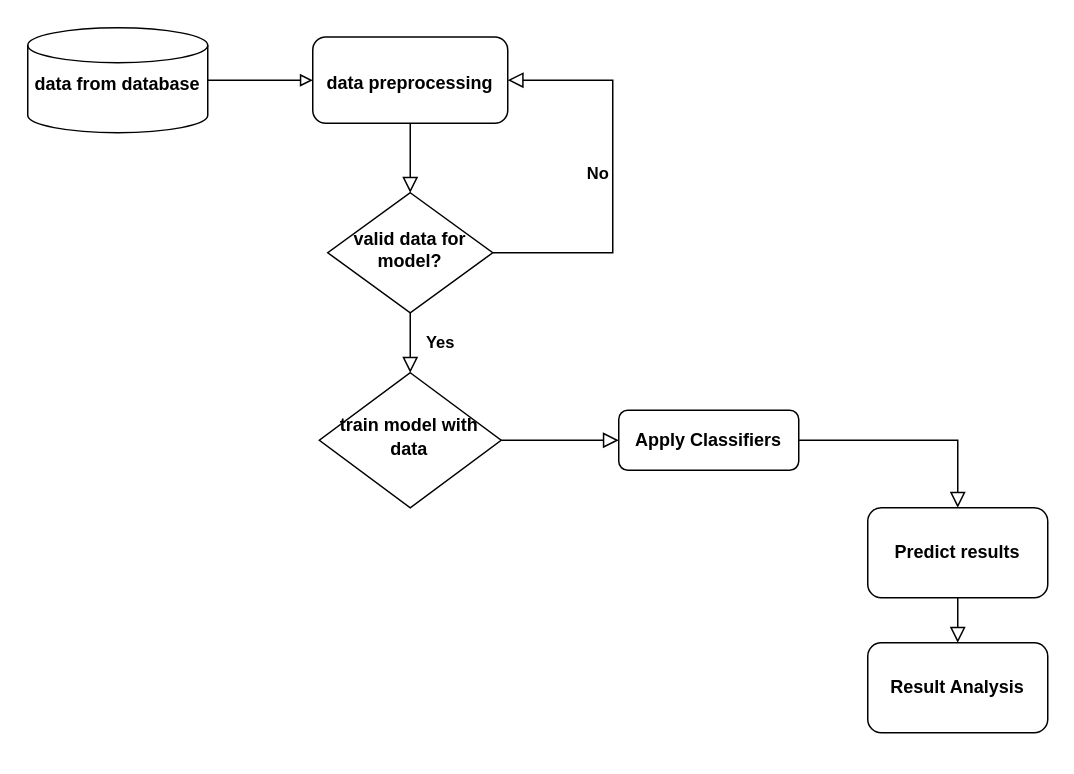
Before: page "Page-1" (1 of 2) of flow_chart.drawio in ChanumoluGayathri/System_Design, a draw.io diagram. Source tidied: cells renumbered, new cells numbered last; positions are measured from the earlier drawing's top-left corner, leaving out a move shared by most shapes. Both pictures are drawn from the tidied source at 150%, with x=0, y=0 at pixel (27, 27).
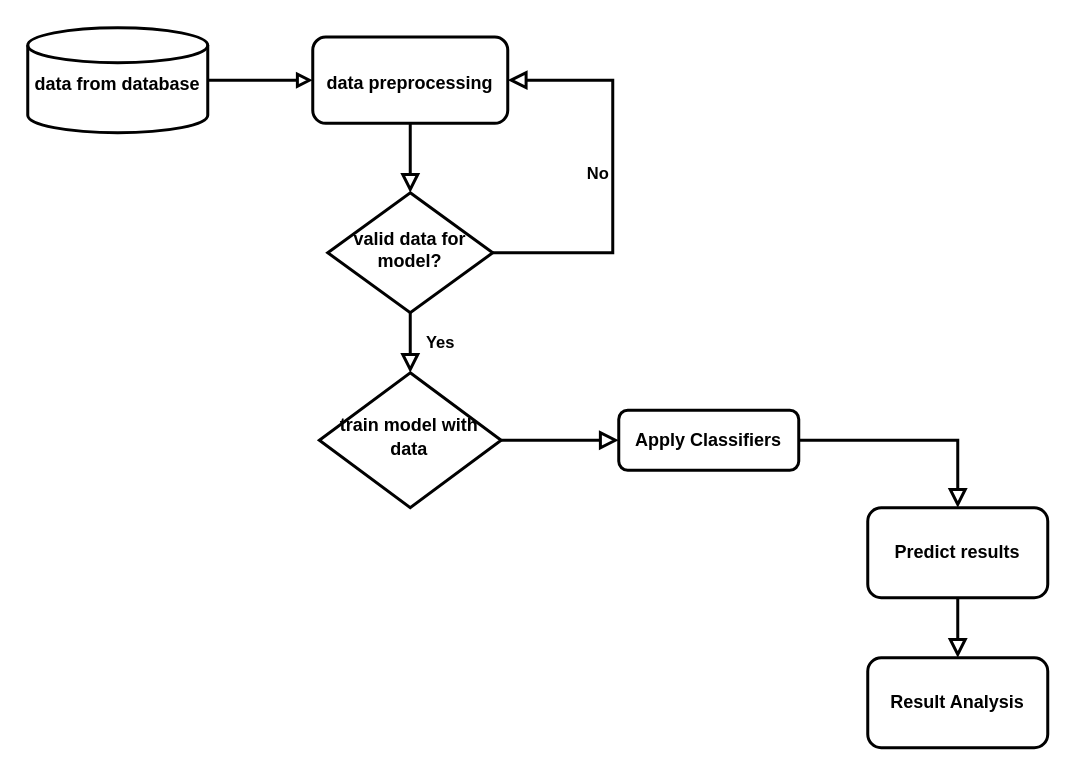
The same diagram, later.

Diff of the diagram source:
```diff
@@
 <mxGraphModel>
   <root>
     <mxCell id="0" />
     <mxCell id="1" parent="0" />
-    <mxCell id="2" style="edgeStyle=orthogonalEdgeStyle;rounded=0;hachureGap=4;jettySize=auto;html=1;fontFamily=Architects Daughter;fontSize=16;strokeColor=#000000;endArrow=block;endFill=0;exitX=1;exitY=0.5;exitDx=0;exitDy=0;exitPerimeter=0;" parent="1" edge="1" source="12" target="11">
+    <mxCell id="2" style="edgeStyle=orthogonalEdgeStyle;rounded=0;hachureGap=4;jettySize=auto;html=1;fontFamily=Architects Daughter;fontSize=16;strokeColor=#000000;endArrow=block;endFill=0;exitX=1;exitY=0.5;exitDx=0;exitDy=0;exitPerimeter=0;strokeWidth=2;" parent="1" edge="1" source="12" target="11">
       <mxGeometry relative="1" as="geometry" />
     </mxCell>
-    <mxCell id="3" value="&lt;b&gt;Yes&lt;/b&gt;" style="rounded=0;html=1;jettySize=auto;fontSize=11;endArrow=block;endFill=0;endSize=8;strokeWidth=1;shadow=0;labelBackgroundColor=none;edgeStyle=orthogonalEdgeStyle;" parent="1" edge="1" source="5" target="7">
+    <mxCell id="3" value="&lt;b&gt;Yes&lt;/b&gt;" style="rounded=0;html=1;jettySize=auto;fontSize=11;endArrow=block;endFill=0;endSize=8;strokeWidth=2;shadow=0;labelBackgroundColor=none;edgeStyle=orthogonalEdgeStyle;" parent="1" edge="1" source="5" target="7">
       <mxGeometry y="20" relative="1" as="geometry" />
     </mxCell>
-    <mxCell id="4" value="&lt;b&gt;No&lt;/b&gt;" style="edgeStyle=orthogonalEdgeStyle;rounded=0;html=1;jettySize=auto;fontSize=11;endArrow=block;endFill=0;endSize=8;strokeWidth=1;shadow=0;labelBackgroundColor=none;entryX=1;entryY=0.5;entryDx=0;entryDy=0;exitX=1;exitY=0.5;exitDx=0;exitDy=0;" parent="1" edge="1" source="5" target="11">
+    <mxCell id="4" value="&lt;b&gt;No&lt;/b&gt;" style="edgeStyle=orthogonalEdgeStyle;rounded=0;html=1;jettySize=auto;fontSize=11;endArrow=block;endFill=0;endSize=8;strokeWidth=2;shadow=0;labelBackgroundColor=none;entryX=1;entryY=0.5;entryDx=0;entryDy=0;exitX=1;exitY=0.5;exitDx=0;exitDy=0;" parent="1" edge="1" source="5" target="11">
       <mxGeometry y="10" relative="1" as="geometry">
         <Array as="points">
           <mxPoint x="390" y="150" />
           <mxPoint x="390" y="35" />
         </Array>
       </mxGeometry>
     </mxCell>
-    <mxCell id="5" value="&lt;b&gt;valid data for model?&lt;/b&gt;" style="rhombus;whiteSpace=wrap;html=1;shadow=0;fontFamily=Helvetica;fontSize=12;align=center;strokeWidth=1;spacing=6;spacingTop=-4;" parent="1" vertex="1">
+    <mxCell id="5" value="&lt;b&gt;valid data for model?&lt;/b&gt;" style="rhombus;whiteSpace=wrap;html=1;shadow=0;fontFamily=Helvetica;fontSize=12;align=center;strokeWidth=2;spacing=6;spacingTop=-4;" parent="1" vertex="1">
       <mxGeometry x="200" y="110" width="110" height="80" as="geometry" />
     </mxCell>
-    <mxCell id="6" style="rounded=0;html=1;jettySize=auto;fontSize=11;endArrow=block;endFill=0;endSize=8;strokeWidth=1;shadow=0;labelBackgroundColor=none;edgeStyle=orthogonalEdgeStyle;exitX=1;exitY=0.5;exitDx=0;exitDy=0;" parent="1" edge="1" source="7" target="9">
+    <mxCell id="6" style="rounded=0;html=1;jettySize=auto;fontSize=11;endArrow=block;endFill=0;endSize=8;strokeWidth=2;shadow=0;labelBackgroundColor=none;edgeStyle=orthogonalEdgeStyle;exitX=1;exitY=0.5;exitDx=0;exitDy=0;" parent="1" edge="1" source="7" target="9">
       <mxGeometry x="0.33" y="20" relative="1" as="geometry" />
     </mxCell>
-    <mxCell id="7" value="&lt;p style=&quot;line-height: 130%;&quot;&gt;&lt;b&gt;train model with data&lt;/b&gt;&lt;/p&gt;" style="rhombus;whiteSpace=wrap;html=1;shadow=0;fontFamily=Helvetica;fontSize=12;align=center;strokeWidth=1;spacing=6;spacingTop=-4;" parent="1" vertex="1">
+    <mxCell id="7" value="&lt;p style=&quot;line-height: 130%;&quot;&gt;&lt;b&gt;train model with data&lt;/b&gt;&lt;/p&gt;" style="rhombus;whiteSpace=wrap;html=1;shadow=0;fontFamily=Helvetica;fontSize=12;align=center;strokeWidth=2;spacing=6;spacingTop=-4;" parent="1" vertex="1">
       <mxGeometry x="194.4" y="230" width="121.2" height="90" as="geometry" />
     </mxCell>
-    <mxCell id="8" style="edgeStyle=orthogonalEdgeStyle;rounded=0;hachureGap=4;jettySize=auto;html=1;fontFamily=Architects Daughter;fontSize=16;endArrow=block;endFill=0;endSize=8;" parent="1" edge="1" source="9" target="14">
+    <mxCell id="8" style="edgeStyle=orthogonalEdgeStyle;rounded=0;hachureGap=4;jettySize=auto;html=1;fontFamily=Architects Daughter;fontSize=16;endArrow=block;endFill=0;endSize=8;strokeWidth=2;" parent="1" edge="1" source="9" target="14">
       <mxGeometry relative="1" as="geometry" />
     </mxCell>
-    <mxCell id="9" value="&lt;b&gt;&lt;font face=&quot;Helvetica&quot;&gt;Apply Classifiers&lt;/font&gt;&lt;/b&gt;" style="rounded=1;whiteSpace=wrap;html=1;fontSize=12;glass=0;strokeWidth=1;shadow=0;" parent="1" vertex="1">
+    <mxCell id="9" value="&lt;b&gt;&lt;font face=&quot;Helvetica&quot;&gt;Apply Classifiers&lt;/font&gt;&lt;/b&gt;" style="rounded=1;whiteSpace=wrap;html=1;fontSize=12;glass=0;strokeWidth=2;shadow=0;" parent="1" vertex="1">
       <mxGeometry x="394" y="255" width="120" height="40" as="geometry" />
     </mxCell>
-    <mxCell id="10" style="edgeStyle=orthogonalEdgeStyle;rounded=0;hachureGap=4;jettySize=auto;html=1;fontFamily=Architects Daughter;fontSize=16;endArrow=block;endFill=0;endSize=8;" parent="1" edge="1" source="11" target="5">
+    <mxCell id="10" style="edgeStyle=orthogonalEdgeStyle;rounded=0;hachureGap=4;jettySize=auto;html=1;fontFamily=Architects Daughter;fontSize=16;endArrow=block;endFill=0;endSize=8;strokeWidth=2;" parent="1" edge="1" source="11" target="5">
       <mxGeometry relative="1" as="geometry" />
     </mxCell>
-    <mxCell id="11" value="&lt;p style=&quot;line-height: 50%;&quot;&gt;&lt;font face=&quot;Helvetica&quot; style=&quot;font-size: 12px;&quot;&gt;&lt;b&gt;data preprocessing&lt;/b&gt;&lt;/font&gt;&lt;/p&gt;" style="rounded=1;whiteSpace=wrap;html=1;hachureGap=4;fontFamily=Architects Daughter;fontSize=20;align=center;shadow=0;glass=0;strokeWidth=1;" parent="1" vertex="1">
+    <mxCell id="11" value="&lt;p style=&quot;line-height: 50%;&quot;&gt;&lt;font face=&quot;Helvetica&quot; style=&quot;font-size: 12px;&quot;&gt;&lt;b&gt;data preprocessing&lt;/b&gt;&lt;/font&gt;&lt;/p&gt;" style="rounded=1;whiteSpace=wrap;html=1;hachureGap=4;fontFamily=Architects Daughter;fontSize=20;align=center;shadow=0;glass=0;strokeWidth=2;" parent="1" vertex="1">
       <mxGeometry x="190" y="6.2" width="130" height="57.5" as="geometry" />
     </mxCell>
-    <mxCell id="12" value="&lt;font face=&quot;Helvetica&quot; style=&quot;font-size: 12px;&quot;&gt;&lt;b&gt;data from database&lt;/b&gt;&lt;/font&gt;" style="strokeWidth=1;html=1;shape=mxgraph.flowchart.database;whiteSpace=wrap;hachureGap=4;fontFamily=Architects Daughter;fontSize=20;" parent="1" vertex="1">
+    <mxCell id="12" value="&lt;font face=&quot;Helvetica&quot; style=&quot;font-size: 12px;&quot;&gt;&lt;b&gt;data from database&lt;/b&gt;&lt;/font&gt;" style="strokeWidth=2;html=1;shape=mxgraph.flowchart.database;whiteSpace=wrap;hachureGap=4;fontFamily=Architects Daughter;fontSize=20;" parent="1" vertex="1">
       <mxGeometry width="120" height="70" as="geometry" />
     </mxCell>
-    <mxCell id="13" style="edgeStyle=orthogonalEdgeStyle;rounded=0;hachureGap=4;jettySize=auto;html=1;fontFamily=Architects Daughter;fontSize=16;endSize=8;endArrow=block;endFill=0;" parent="1" edge="1" source="14" target="15">
+    <mxCell id="13" style="edgeStyle=orthogonalEdgeStyle;rounded=0;hachureGap=4;jettySize=auto;html=1;fontFamily=Architects Daughter;fontSize=16;endSize=8;endArrow=block;endFill=0;strokeWidth=2;" parent="1" edge="1" source="14" target="15">
       <mxGeometry relative="1" as="geometry" />
     </mxCell>
-    <mxCell id="14" value="&lt;b&gt;Predict results&lt;/b&gt;" style="whiteSpace=wrap;html=1;rounded=1;glass=0;strokeWidth=1;shadow=0;" parent="1" vertex="1">
+    <mxCell id="14" value="&lt;b&gt;Predict results&lt;/b&gt;" style="whiteSpace=wrap;html=1;rounded=1;glass=0;strokeWidth=2;shadow=0;" parent="1" vertex="1">
       <mxGeometry x="560" y="320" width="120" height="60" as="geometry" />
     </mxCell>
-    <mxCell id="15" value="&lt;b&gt;Result Analysis&lt;/b&gt;" style="whiteSpace=wrap;html=1;rounded=1;glass=0;strokeWidth=1;shadow=0;" parent="1" vertex="1">
-      <mxGeometry x="560" y="410" width="120" height="60" as="geometry" />
+    <mxCell id="15" value="&lt;b&gt;Result Analysis&lt;/b&gt;" style="whiteSpace=wrap;html=1;rounded=1;glass=0;strokeWidth=2;shadow=0;" parent="1" vertex="1">
+      <mxGeometry x="560" y="420" width="120" height="60" as="geometry" />
     </mxCell>
   </root>
 </mxGraphModel>
```
